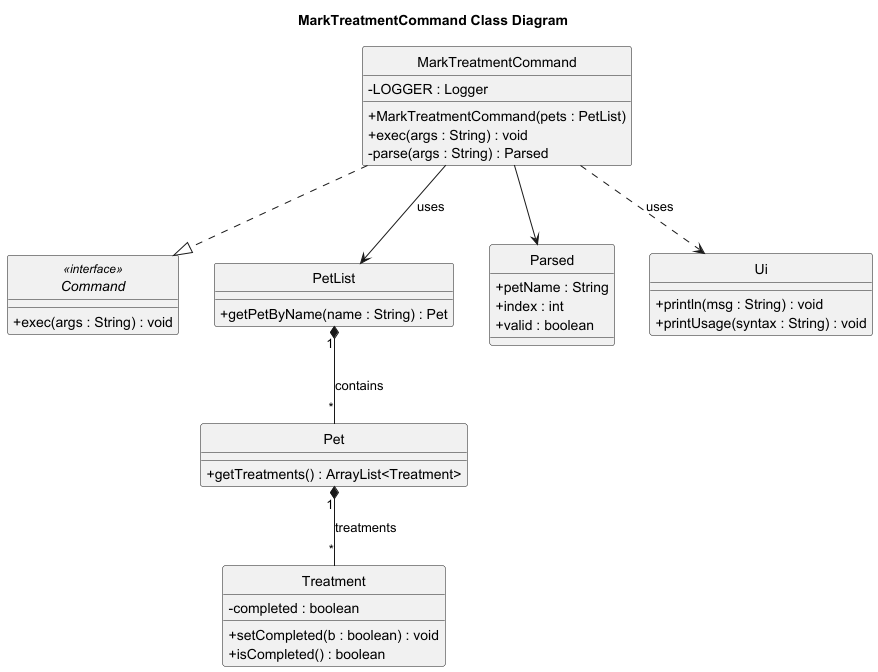
Kevin88866/tp keeps this PlantUML diagram as docs/diagrams/MarkTreatmentCommand_Class_Diagram.png. Above is the earlier version.
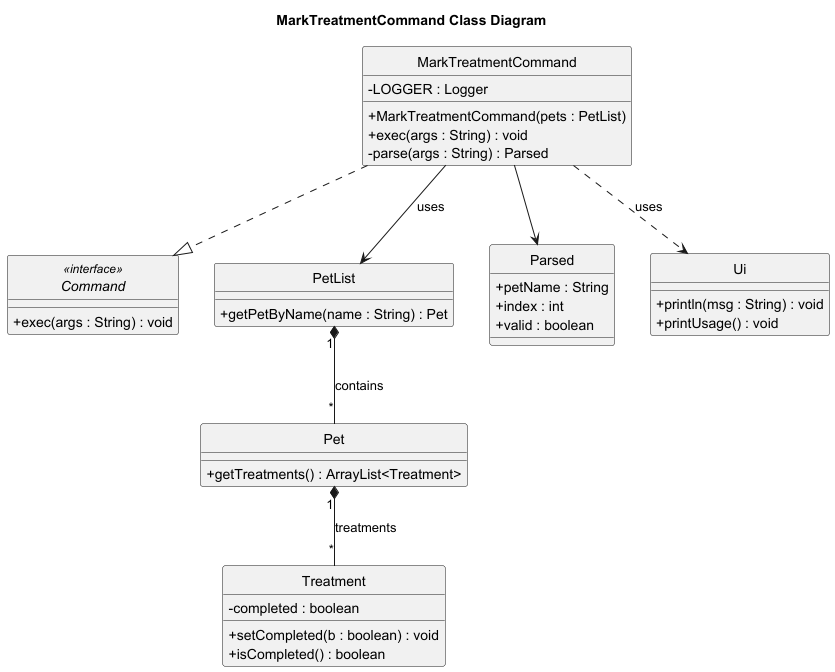
The same diagram one commit later.

The edit, as a diff of the source:
```diff
@@ -41,7 +41,7 @@
 MarkTreatmentCommand --> Parsed
 class Ui {
   +println(msg : String) : void
-  +printUsage(syntax : String) : void
+  +printUsage() : void
 }
 MarkTreatmentCommand ..> Ui : uses
 @enduml
```
